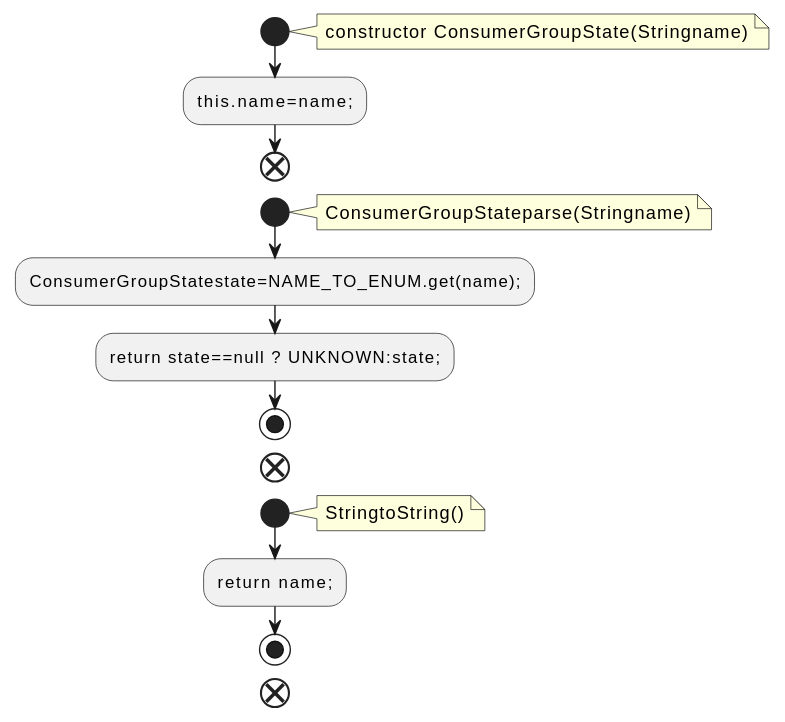
qualitesys/kafka keeps this PlantUML diagram as docs/qc/clients/src/main/java/org/apache/kafka/common/ConsumerGroupState.java.fct.svg. Above is the earlier version.
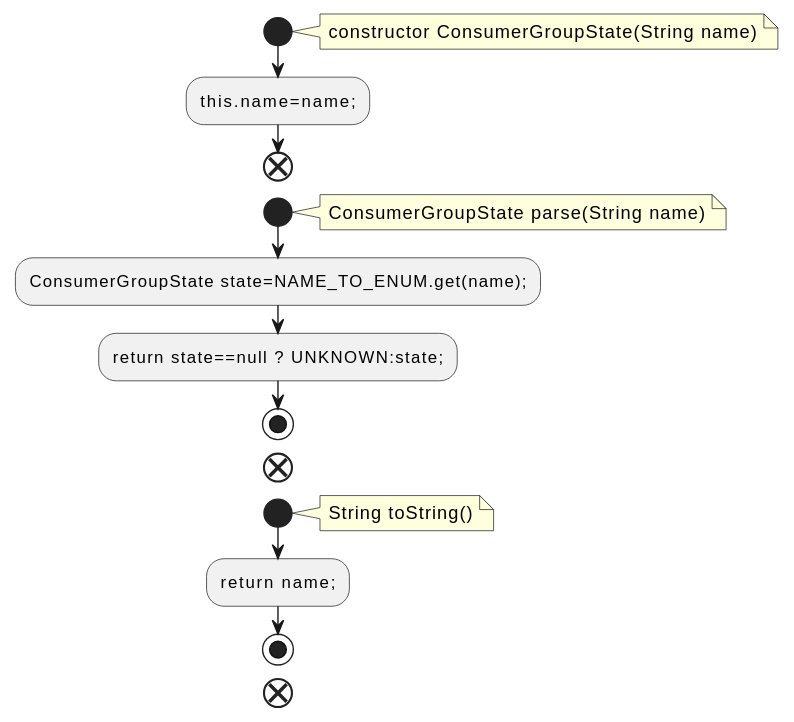
Later version of the same file.

Diff of the diagram source:
```diff
@@ -2,21 +2,21 @@
 !pragma layout smetana
 start
 note right
-constructor ConsumerGroupState(Stringname)
+constructor ConsumerGroupState(String name)
 end note
 :this.name=name;;
 end
 start
 note right
-ConsumerGroupStateparse(Stringname)
+ConsumerGroupState parse(String name)
 end note
-:ConsumerGroupStatestate=NAME_TO_ENUM.get(name);;
+:ConsumerGroupState state=NAME_TO_ENUM.get(name);;
 :return state==null ? UNKNOWN:state;;
 stop
 end
 start
 note right
-StringtoString()
+String toString()
 end note
 :return name;;
 stop
```
